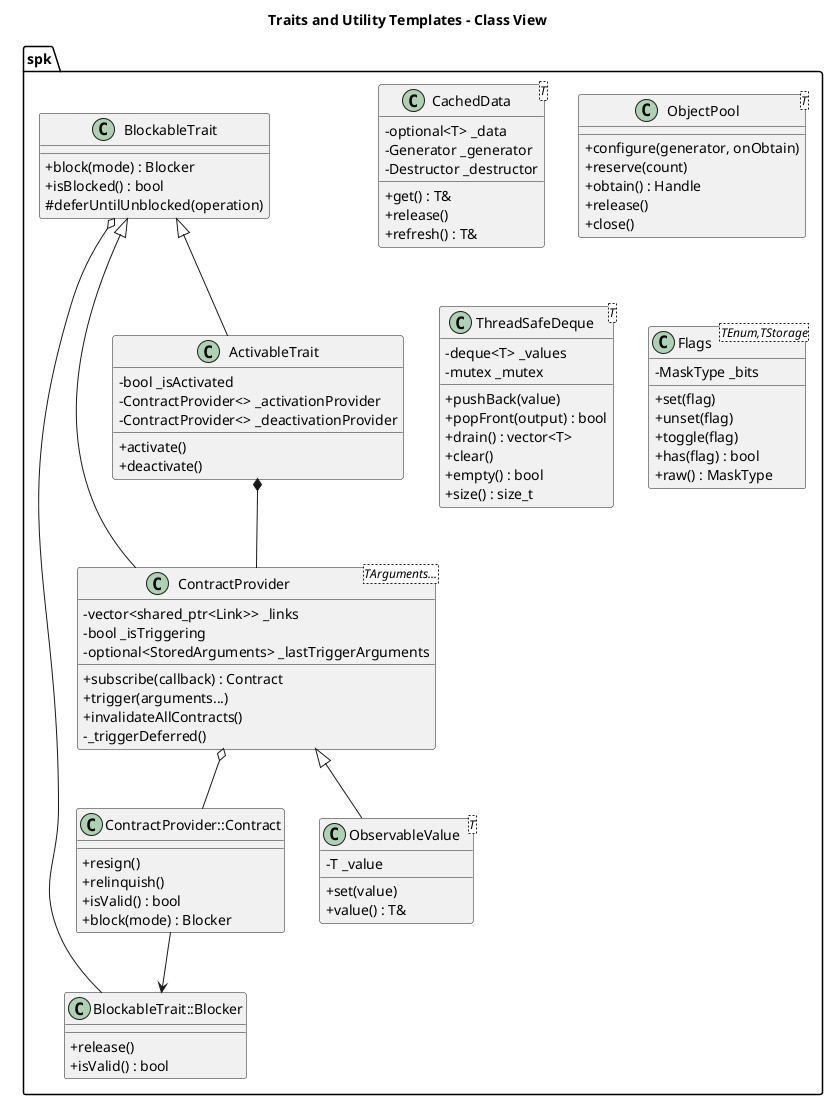
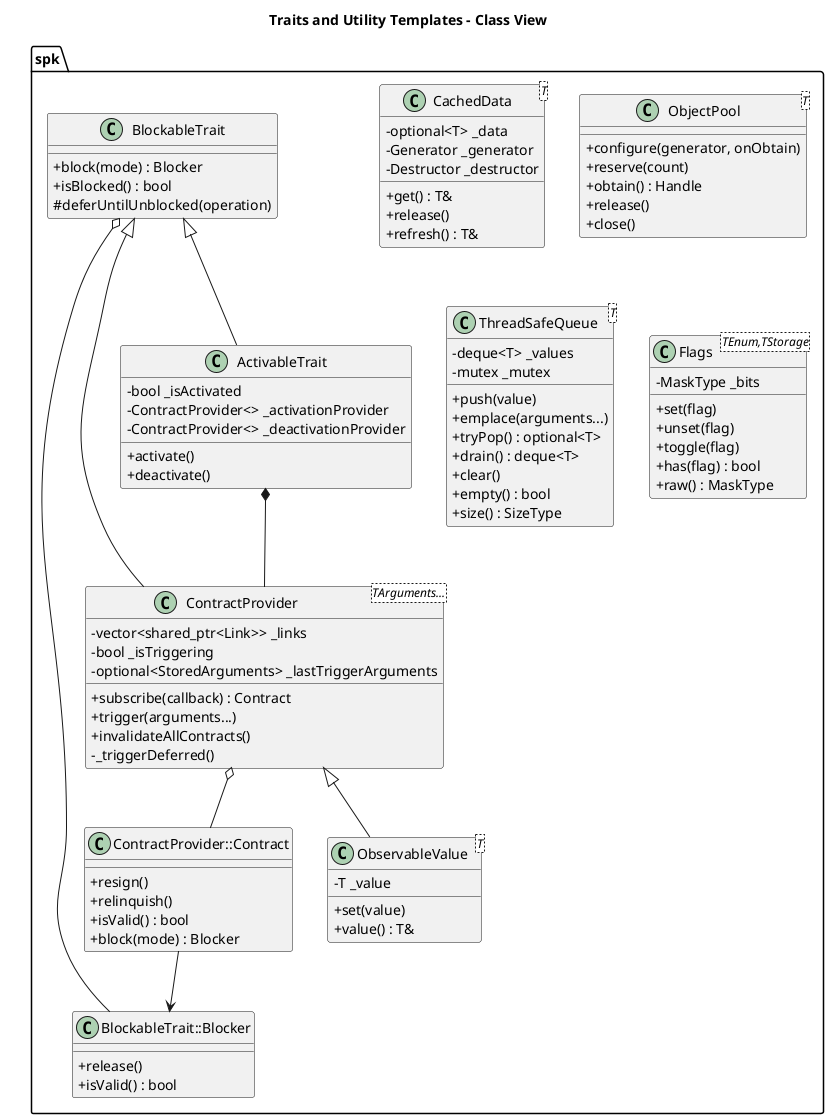
@startuml
title Traits and Utility Templates - Class View

skinparam classAttributeIconSize 0

namespace spk {
	class BlockableTrait {
		+ block(mode) : Blocker
		+ isBlocked() : bool
		# deferUntilUnblocked(operation)
	}

	class "BlockableTrait::Blocker" as Blocker {
		+ release()
		+ isValid() : bool
	}

	class "ContractProvider<TArguments...>" as ContractProvider {
		- vector<shared_ptr<Link>> _links
		- bool _isTriggering
		- optional<StoredArguments> _lastTriggerArguments
		+ subscribe(callback) : Contract
		+ trigger(arguments...)
		+ invalidateAllContracts()
		- _triggerDeferred()
	}

	class "ContractProvider::Contract" as Contract {
		+ resign()
		+ relinquish()
		+ isValid() : bool
		+ block(mode) : Blocker
	}

	class ActivableTrait {
		- bool _isActivated
		- ContractProvider<> _activationProvider
		- ContractProvider<> _deactivationProvider
		+ activate()
		+ deactivate()
	}

	class "ObservableValue<T>" as ObservableValue {
		- T _value
		+ set(value)
		+ value() : T&
	}

	class "CachedData<T>" as CachedData {
		- optional<T> _data
		- Generator _generator
		- Destructor _destructor
		+ get() : T&
		+ release()
		+ refresh() : T&
	}

	class "ObjectPool<T>" as ObjectPool {
		+ configure(generator, onObtain)
		+ reserve(count)
		+ obtain() : Handle
		+ release()
		+ close()
	}

- 	class "ThreadSafeDeque<T>" as ThreadSafeDeque {
+ 	class "ThreadSafeQueue<T>" as ThreadSafeQueue {
		- deque<T> _values
		- mutex _mutex
- 		+ pushBack(value)
- 		+ popFront(output) : bool
- 		+ drain() : vector<T>
+ 		+ push(value)
+ 		+ emplace(arguments...)
+ 		+ tryPop() : optional<T>
+ 		+ drain() : deque<T>
		+ clear()
		+ empty() : bool
- 		+ size() : size_t
+ 		+ size() : SizeType
	}

	class "Flags<TEnum,TStorage>" as Flags {
		- MaskType _bits
		+ set(flag)
		+ unset(flag)
		+ toggle(flag)
		+ has(flag) : bool
		+ raw() : MaskType
	}
}

spk.BlockableTrait <|-- spk.ContractProvider
spk.BlockableTrait <|-- spk.ActivableTrait
spk.ContractProvider <|-- spk.ObservableValue
spk.BlockableTrait o-- spk.Blocker
spk.ContractProvider o-- spk.Contract
spk.Contract --> spk.Blocker
spk.ActivableTrait *-- spk.ContractProvider

@enduml
